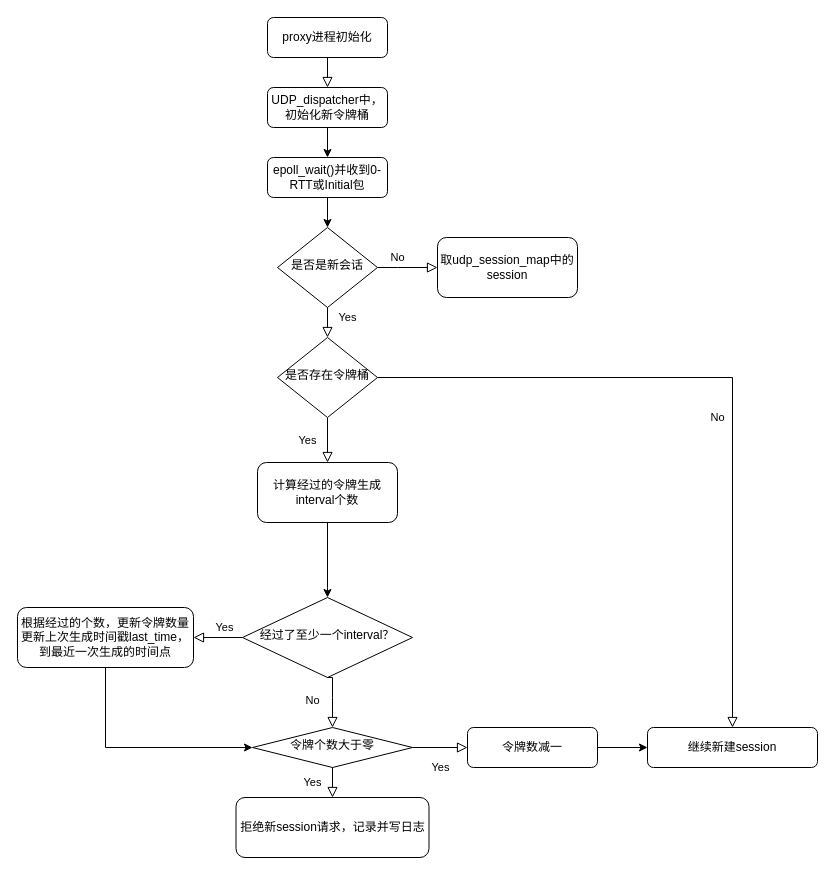
Before: 未命名绘图.drawio in llyxperf/c10k-server, a draw.io diagram. Source tidied: cells renumbered, new cells numbered last; positions are measured from the earlier drawing's top-left corner, leaving out a move shared by most shapes. Both pictures are drawn from the tidied source at 100%, with x=0, y=0 at pixel (17, 17).
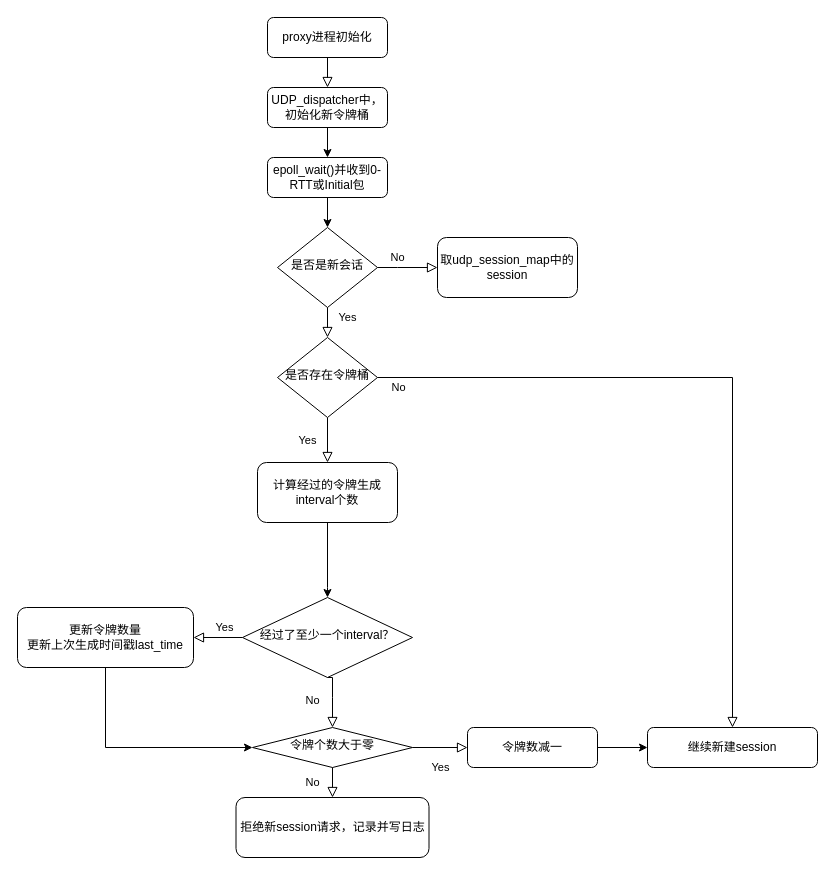
The same page after the edit.

Commit message:
更新未命名绘图.drawio

The change refers to these unchanged cells:
```xml
<mxCell id="10" value="是否存在令牌桶" style="rhombus;whiteSpace=wrap;html=1;shadow=0;fontFamily=Helvetica;fontSize=12;align=center;strokeWidth=1;spacing=6;spacingTop=-4;" parent="1" vertex="1">
  <mxGeometry x="260" y="320" width="100" height="80" as="geometry" />
</mxCell>
<mxCell id="16" value="拒绝新session请求，记录并写日志" style="rounded=1;whiteSpace=wrap;html=1;fontSize=12;glass=0;strokeWidth=1;shadow=0;" parent="1" vertex="1">
  <mxGeometry x="218.5" y="780" width="193" height="60" as="geometry" />
</mxCell>
<mxCell id="17" value="令牌个数大于零" style="rhombus;whiteSpace=wrap;html=1;shadow=0;fontFamily=Helvetica;fontSize=12;align=center;strokeWidth=1;spacing=6;spacingTop=-4;" parent="1" vertex="1">
  <mxGeometry x="235" y="710" width="160" height="40" as="geometry" />
</mxCell>
<mxCell id="27" value="继续新建session" style="rounded=1;whiteSpace=wrap;html=1;fontSize=12;glass=0;strokeWidth=1;shadow=0;" parent="1" vertex="1">
  <mxGeometry x="630" y="710" width="170" height="40" as="geometry" />
</mxCell>
```

Diff of the diagram source:
```diff
@@
-    <mxCell id="15" value="根据经过的个数，更新令牌数量&lt;br&gt;更新上次生成时间戳last_time，到最近一次生成的时间点" style="rounded=1;whiteSpace=wrap;html=1;fontSize=12;glass=0;strokeWidth=1;shadow=0;" parent="1" vertex="1">
+    <mxCell id="15" value="更新令牌数量&lt;br&gt;更新上次生成时间戳last_time" style="rounded=1;whiteSpace=wrap;html=1;fontSize=12;glass=0;strokeWidth=1;shadow=0;" parent="1" vertex="1">
       <mxGeometry y="590" width="176" height="60" as="geometry" />
     </mxCell>
@@
     <mxCell id="26" value="No" style="rounded=0;html=1;jettySize=auto;fontSize=11;endArrow=block;endFill=0;endSize=8;strokeWidth=1;shadow=0;labelBackgroundColor=none;edgeStyle=orthogonalEdgeStyle;exitX=1;exitY=0.5;exitDx=0;exitDy=0;entryX=0.5;entryY=0;entryDx=0;entryDy=0;" parent="1" edge="1" source="10" target="27">
-      <mxGeometry x="0.12" y="-15" relative="1" as="geometry" />
+      <mxGeometry x="-0.94" y="-10" relative="1" as="geometry" />
     </mxCell>
@@
-    <mxCell id="28" value="Yes" style="rounded=0;html=1;jettySize=auto;fontSize=11;endArrow=block;endFill=0;endSize=8;strokeWidth=1;shadow=0;labelBackgroundColor=none;edgeStyle=orthogonalEdgeStyle;entryX=0.5;entryY=0;entryDx=0;entryDy=0;exitX=0.5;exitY=1;exitDx=0;exitDy=0;" parent="1" edge="1" source="17" target="16">
+    <mxCell id="28" value="No" style="rounded=0;html=1;jettySize=auto;fontSize=11;endArrow=block;endFill=0;endSize=8;strokeWidth=1;shadow=0;labelBackgroundColor=none;edgeStyle=orthogonalEdgeStyle;entryX=0.5;entryY=0;entryDx=0;entryDy=0;exitX=0.5;exitY=1;exitDx=0;exitDy=0;" parent="1" edge="1" source="17" target="16">
       <mxGeometry y="-20" relative="1" as="geometry" />
     </mxCell>
```
